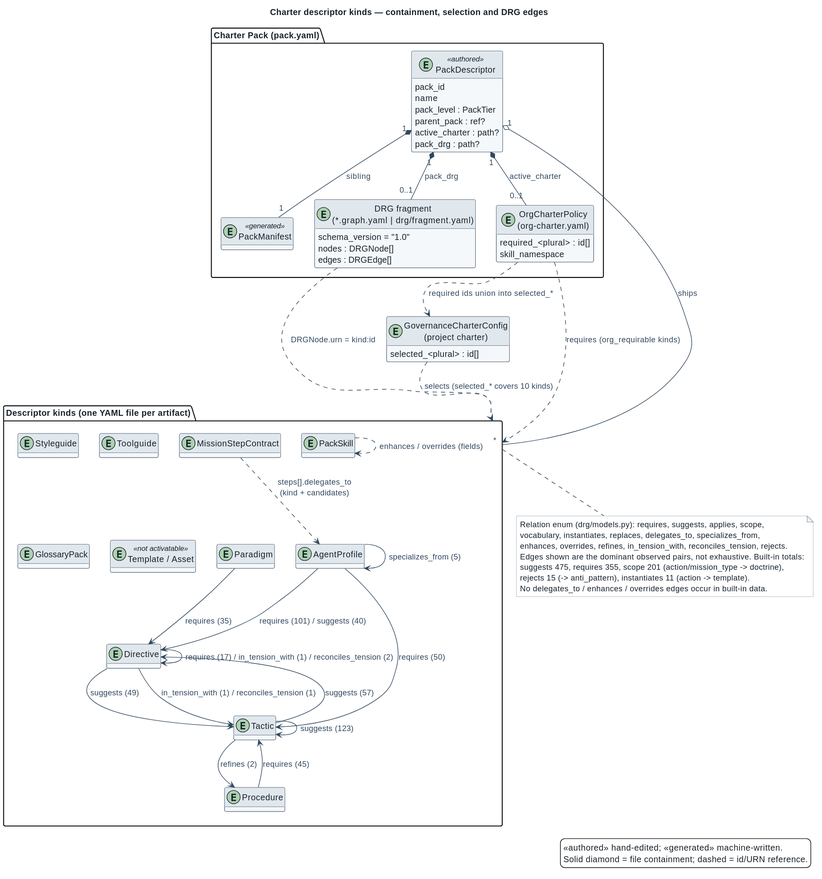
Before: docs/architecture/diagrams/descriptor-kinds-overview.svg, a diagram exported from PlantUML (spec-kitty/spec-kitty-charter). Its diagram source:
```plantuml
@startuml
!include _style.iuml
title Charter descriptor kinds — containment, selection and DRG edges

package "Charter Pack (pack.yaml)" as pack {
  entity "PackDescriptor" as PD <<authored>> {
    pack_id
    name
    pack_level : PackTier
    parent_pack : ref?
    active_charter : path?
    pack_drg : path?
  }
  entity "PackManifest" as PM <<generated>>
  entity "DRG fragment\n(*.graph.yaml | drg/fragment.yaml)" as FRAG {
    schema_version = "1.0"
    nodes : DRGNode[]
    edges : DRGEdge[]
  }
  entity "OrgCharterPolicy\n(org-charter.yaml)" as OC {
    required_<plural> : id[]
    skill_namespace
  }
}

package "Descriptor kinds (one YAML file per artifact)" as kinds {
  entity Directive
  entity Tactic
  entity Paradigm
  entity Styleguide
  entity Toolguide
  entity Procedure
  entity AgentProfile
  entity MissionStepContract
  entity GlossaryPack
  entity PackSkill
  entity "Template / Asset" as TA <<not activatable>>
}

entity "GovernanceCharterConfig\n(project charter)" as GC {
  selected_<plural> : id[]
}

PD "1" *-- "1" PM : sibling
PD "1" *-- "0..1" FRAG : pack_drg
PD "1" *-- "0..1" OC : active_charter
PD "1" o-- "*" kinds : ships
FRAG ..> kinds : DRGNode.urn = kind:id
OC ..> kinds : requires (org_requirable kinds)
GC ..> kinds : selects (selected_* covers 10 kinds)
OC ..> GC : required ids union into selected_*

Tactic --> Tactic : suggests (123)
AgentProfile --> Directive : requires (101) / suggests (40)
AgentProfile --> Tactic : requires (50)
Directive --> Tactic : suggests (49)
Tactic --> Directive : suggests (57)
Procedure --> Tactic : requires (45)
Paradigm --> Directive : requires (35)
Directive --> Directive : requires (17) / in_tension_with (1) / reconciles_tension (2)
Directive --> Tactic : in_tension_with (1) / reconciles_tension (1)
AgentProfile --> AgentProfile : specializes_from (5)
Tactic --> Procedure : refines (2)
MissionStepContract ..> AgentProfile : steps[].delegates_to\n(kind + candidates)
PackSkill ..> PackSkill : enhances / overrides (fields)

note bottom of kinds
  Relation enum (drg/models.py): requires, suggests, applies, scope,
  vocabulary, instantiates, replaces, delegates_to, specializes_from,
  enhances, overrides, refines, in_tension_with, reconciles_tension, rejects.
  Edges shown are the dominant observed pairs, not exhaustive. Built-in totals:
  suggests 475, requires 355, scope 201 (action/mission_type -> doctrine),
  rejects 15 (-> anti_pattern), instantiates 11 (action -> template).
  No delegates_to / enhances / overrides edges occur in built-in data.
end note
legend right
  <<authored>> hand-edited; <<generated>> machine-written.
  Solid diamond = file containment; dashed = id/URN reference.
endlegend
@enduml
```
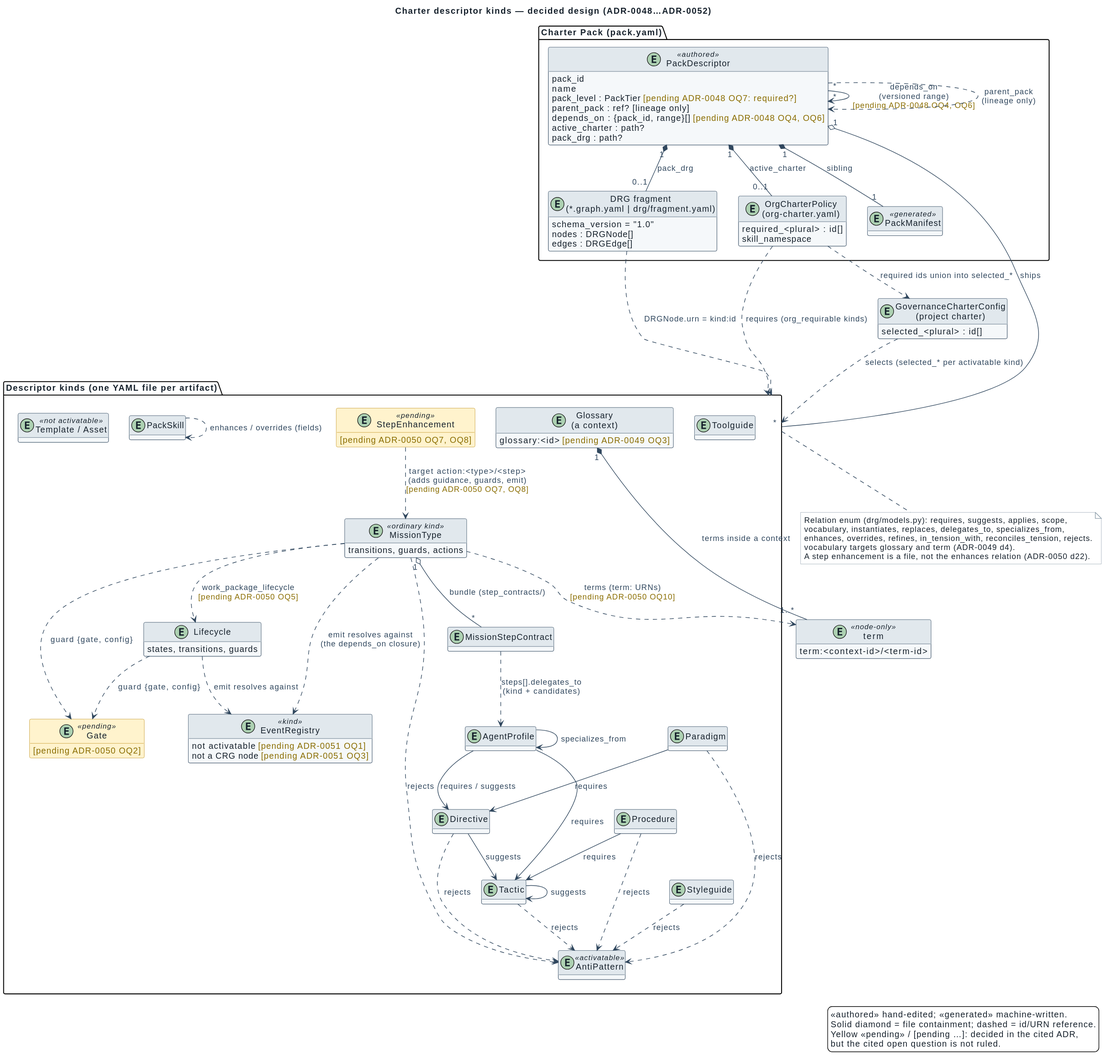
Above is the later version.

Commit message:
docs(diagrams): pending convention and the pack-composition diagrams in the decided design

Change to the diagram source:
```diff
@@ -1,13 +1,14 @@
 @startuml
 !include _style.iuml
-title Charter descriptor kinds — containment, selection and DRG edges
+title Charter descriptor kinds — decided design (ADR-0048…ADR-0052)
 
 package "Charter Pack (pack.yaml)" as pack {
   entity "PackDescriptor" as PD <<authored>> {
     pack_id
     name
-    pack_level : PackTier
-    parent_pack : ref?
+    pack_level : PackTier <color:#8A6D00>[pending ADR-0048 OQ7: required?]</color>
+    parent_pack : ref? [lineage only]
+    depends_on : {pack_id, range}[] <color:#8A6D00>[pending ADR-0048 OQ4, OQ6]</color>
     active_charter : path?
     pack_drg : path?
   }
@@ -32,9 +33,32 @@
   entity Procedure
   entity AgentProfile
   entity MissionStepContract
-  entity GlossaryPack
+  entity MissionType <<ordinary kind>> {
+    transitions, guards, actions
+  }
+  entity Lifecycle {
+    states, transitions, guards
+  }
+  entity "Glossary\n(a context)" as Glossary {
+    glossary:<id> <color:#8A6D00>[pending ADR-0049 OQ3]</color>
+  }
+  entity AntiPattern <<activatable>>
+  entity EventRegistry <<kind>> {
+    not activatable <color:#8A6D00>[pending ADR-0051 OQ1]</color>
+    not a CRG node <color:#8A6D00>[pending ADR-0051 OQ3]</color>
+  }
+  entity Gate <<pending>> {
+    <color:#8A6D00>[pending ADR-0050 OQ2]</color>
+  }
+  entity StepEnhancement <<pending>> {
+    <color:#8A6D00>[pending ADR-0050 OQ7, OQ8]</color>
+  }
   entity PackSkill
   entity "Template / Asset" as TA <<not activatable>>
+}
+
+entity "term" as Term <<node-only>> {
+  term:<context-id>/<term-id>
 }
 
 entity "GovernanceCharterConfig\n(project charter)" as GC {
@@ -45,22 +69,36 @@
 PD "1" *-- "0..1" FRAG : pack_drg
 PD "1" *-- "0..1" OC : active_charter
 PD "1" o-- "*" kinds : ships
+PD "*" --> "*" PD : depends_on\n(versioned range)\n<color:#8A6D00>[pending ADR-0048 OQ4, OQ6]</color>
+PD ..> PD : parent_pack\n(lineage only)
 FRAG ..> kinds : DRGNode.urn = kind:id
 OC ..> kinds : requires (org_requirable kinds)
-GC ..> kinds : selects (selected_* covers 10 kinds)
+GC ..> kinds : selects (selected_* per activatable kind)
 OC ..> GC : required ids union into selected_*
 
-Tactic --> Tactic : suggests (123)
-AgentProfile --> Directive : requires (101) / suggests (40)
-AgentProfile --> Tactic : requires (50)
-Directive --> Tactic : suggests (49)
-Tactic --> Directive : suggests (57)
-Procedure --> Tactic : requires (45)
-Paradigm --> Directive : requires (35)
-Directive --> Directive : requires (17) / in_tension_with (1) / reconciles_tension (2)
-Directive --> Tactic : in_tension_with (1) / reconciles_tension (1)
-AgentProfile --> AgentProfile : specializes_from (5)
-Tactic --> Procedure : refines (2)
+MissionType "1" o-- "*" MissionStepContract : bundle (step_contracts/)
+MissionType ..> Lifecycle : work_package_lifecycle\n<color:#8A6D00>[pending ADR-0050 OQ5]</color>
+MissionType ..> Gate : guard {gate, config}
+Lifecycle ..> Gate : guard {gate, config}
+MissionType ..> EventRegistry : emit resolves against\n(the depends_on closure)
+Lifecycle ..> EventRegistry : emit resolves against
+StepEnhancement ..> MissionType : target action:<type>/<step>\n(adds guidance, guards, emit)\n<color:#8A6D00>[pending ADR-0050 OQ7, OQ8]</color>
+MissionType ..> Term : terms (term: URNs)\n<color:#8A6D00>[pending ADR-0050 OQ10]</color>
+Glossary "1" *-- "1..*" Term : terms inside a context
+Directive ..> AntiPattern : rejects
+Tactic ..> AntiPattern : rejects
+Paradigm ..> AntiPattern : rejects
+Styleguide ..> AntiPattern : rejects
+Procedure ..> AntiPattern : rejects
+MissionType ..> AntiPattern : rejects
+
+Tactic --> Tactic : suggests
+AgentProfile --> Directive : requires / suggests
+AgentProfile --> Tactic : requires
+Directive --> Tactic : suggests
+Procedure --> Tactic : requires
+Paradigm --> Directive : requires
+AgentProfile --> AgentProfile : specializes_from
 MissionStepContract ..> AgentProfile : steps[].delegates_to\n(kind + candidates)
 PackSkill ..> PackSkill : enhances / overrides (fields)
 
@@ -68,13 +106,13 @@
   Relation enum (drg/models.py): requires, suggests, applies, scope,
   vocabulary, instantiates, replaces, delegates_to, specializes_from,
   enhances, overrides, refines, in_tension_with, reconciles_tension, rejects.
-  Edges shown are the dominant observed pairs, not exhaustive. Built-in totals:
-  suggests 475, requires 355, scope 201 (action/mission_type -> doctrine),
-  rejects 15 (-> anti_pattern), instantiates 11 (action -> template).
-  No delegates_to / enhances / overrides edges occur in built-in data.
+  vocabulary targets glossary and term (ADR-0049 d4).
+  A step enhancement is a file, not the enhances relation (ADR-0050 d22).
 end note
 legend right
   <<authored>> hand-edited; <<generated>> machine-written.
   Solid diamond = file containment; dashed = id/URN reference.
+  Yellow <<pending>> / [pending …]: decided in the cited ADR,
+  but the cited open question is not ruled.
 endlegend
 @enduml
```
